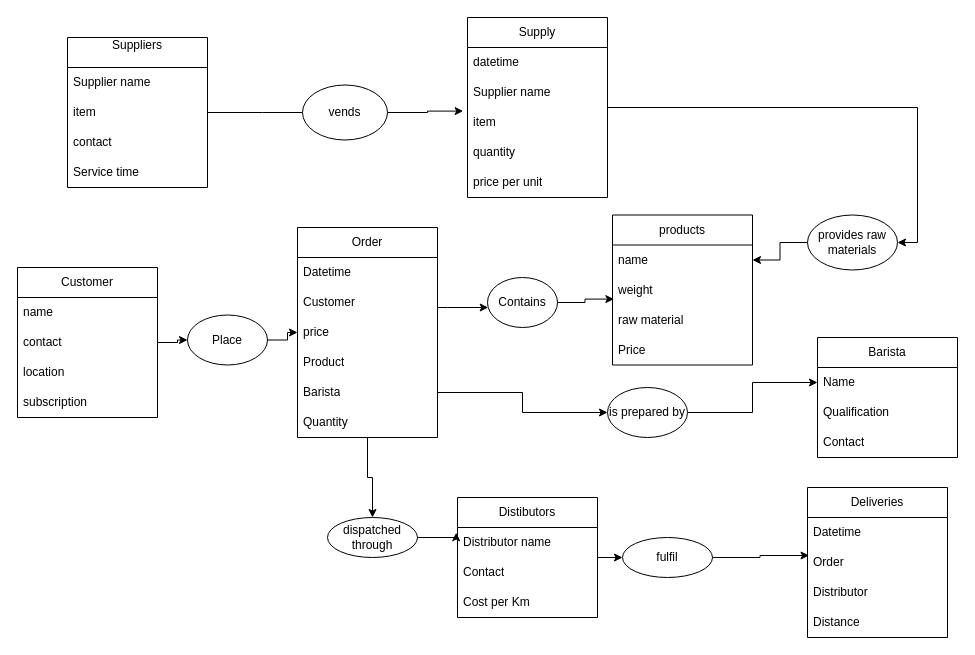
Above: Coffee shop conceptual model.drawio in Hasanaraji/data_modeling (draw.io), before the change. Source tidied: cells renumbered, new cells numbered last; positions are measured from the earlier drawing's top-left corner, leaving out a move shared by most shapes. Both pictures are drawn from the tidied source at 100%, with x=0, y=0 at pixel (17, 17).
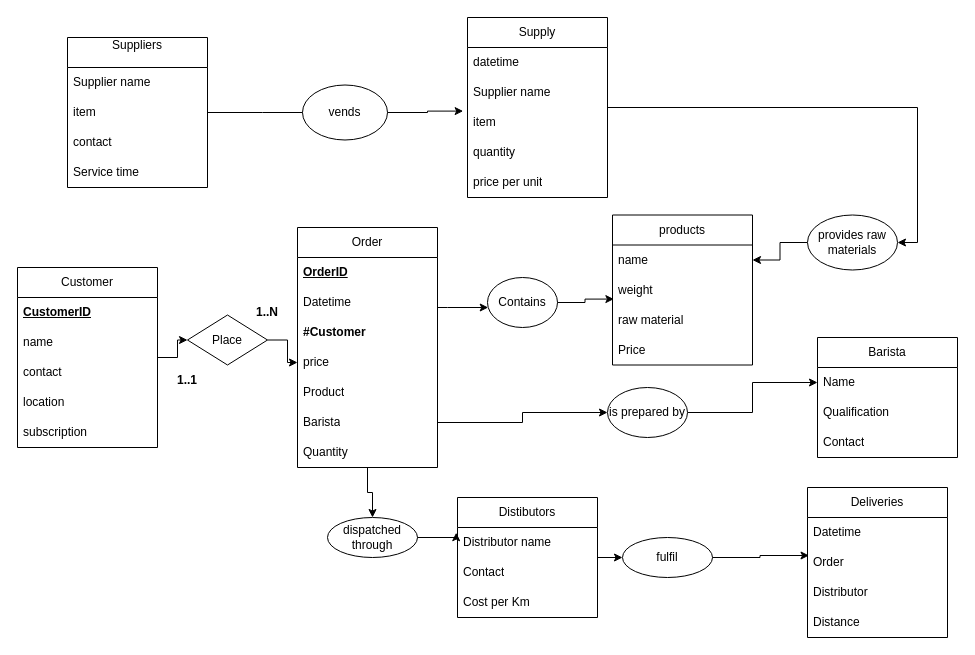
Above is the later version.

What changed in the source:
```diff
@@
     <mxCell id="3" value="Customer" style="swimlane;fontStyle=0;horizontal=1;startSize=30;whiteSpace=wrap;html=1;" parent="1" vertex="1">
-      <mxGeometry y="250" width="140" height="150" as="geometry" />
+      <mxGeometry y="250" width="140" height="180" as="geometry" />
     </mxCell>
+    <mxCell id="64" value="&lt;b&gt;&lt;u&gt;CustomerID&lt;/u&gt;&lt;/b&gt;" style="text;strokeColor=none;fillColor=none;align=left;verticalAlign=middle;spacingLeft=4;spacingRight=4;overflow=hidden;whiteSpace=wrap;html=1;" parent="3" vertex="1">
+      <mxGeometry y="30" width="140" height="30" as="geometry" />
+    </mxCell>
     <mxCell id="4" value="name" style="text;strokeColor=none;fillColor=none;align=left;verticalAlign=middle;spacingLeft=4;spacingRight=4;overflow=hidden;whiteSpace=wrap;html=1;" parent="3" vertex="1">
-      <mxGeometry y="30" width="140" height="30" as="geometry" />
+      <mxGeometry y="60" width="140" height="30" as="geometry" />
     </mxCell>
     <mxCell id="5" value="contact" style="text;strokeColor=none;fillColor=none;align=left;verticalAlign=middle;spacingLeft=4;spacingRight=4;overflow=hidden;whiteSpace=wrap;html=1;" parent="3" vertex="1">
-      <mxGeometry y="60" width="140" height="30" as="geometry" />
+      <mxGeometry y="90" width="140" height="30" as="geometry" />
     </mxCell>
     <mxCell id="6" value="location" style="text;strokeColor=none;fillColor=none;align=left;verticalAlign=middle;spacingLeft=4;spacingRight=4;overflow=hidden;whiteSpace=wrap;html=1;" parent="3" vertex="1">
-      <mxGeometry y="90" width="140" height="30" as="geometry" />
+      <mxGeometry y="120" width="140" height="30" as="geometry" />
     </mxCell>
     <mxCell id="7" value="subscription" style="text;strokeColor=none;fillColor=none;align=left;verticalAlign=middle;spacingLeft=4;spacingRight=4;overflow=hidden;whiteSpace=wrap;html=1;" parent="3" vertex="1">
-      <mxGeometry y="120" width="140" height="30" as="geometry" />
+      <mxGeometry y="150" width="140" height="30" as="geometry" />
     </mxCell>
@@
     <mxCell id="13" value="Order" style="swimlane;fontStyle=0;horizontal=1;startSize=30;whiteSpace=wrap;html=1;" parent="1" vertex="1">
-      <mxGeometry x="280" y="210" width="140" height="210" as="geometry" />
+      <mxGeometry x="280" y="210" width="140" height="240" as="geometry" />
     </mxCell>
+    <mxCell id="65" value="&lt;b&gt;&lt;u&gt;OrderID&lt;/u&gt;&lt;/b&gt;" style="text;strokeColor=none;fillColor=none;align=left;verticalAlign=middle;spacingLeft=4;spacingRight=4;overflow=hidden;whiteSpace=wrap;html=1;" parent="13" vertex="1">
+      <mxGeometry y="30" width="140" height="30" as="geometry" />
+    </mxCell>
     <mxCell id="14" value="Datetime" style="text;strokeColor=none;fillColor=none;align=left;verticalAlign=middle;spacingLeft=4;spacingRight=4;overflow=hidden;whiteSpace=wrap;html=1;" parent="13" vertex="1">
-      <mxGeometry y="30" width="140" height="30" as="geometry" />
+      <mxGeometry y="60" width="140" height="30" as="geometry" />
     </mxCell>
-    <mxCell id="15" value="Customer" style="text;strokeColor=none;fillColor=none;align=left;verticalAlign=middle;spacingLeft=4;spacingRight=4;overflow=hidden;whiteSpace=wrap;html=1;" parent="13" vertex="1">
-      <mxGeometry y="60" width="140" height="30" as="geometry" />
+    <mxCell id="15" value="&lt;b&gt;#Customer&lt;/b&gt;" style="text;strokeColor=none;fillColor=none;align=left;verticalAlign=middle;spacingLeft=4;spacingRight=4;overflow=hidden;whiteSpace=wrap;html=1;" parent="13" vertex="1">
+      <mxGeometry y="90" width="140" height="30" as="geometry" />
     </mxCell>
     <mxCell id="16" value="price" style="text;strokeColor=none;fillColor=none;align=left;verticalAlign=middle;spacingLeft=4;spacingRight=4;overflow=hidden;points=[[0,0.5],[1,0.5]];portConstraint=eastwest;whiteSpace=wrap;html=1;" parent="13" vertex="1">
-      <mxGeometry y="90" width="140" height="30" as="geometry" />
+      <mxGeometry y="120" width="140" height="30" as="geometry" />
     </mxCell>
     <mxCell id="17" value="Product" style="text;strokeColor=none;fillColor=none;align=left;verticalAlign=middle;spacingLeft=4;spacingRight=4;overflow=hidden;points=[[0,0.5],[1,0.5]];portConstraint=eastwest;whiteSpace=wrap;html=1;" parent="13" vertex="1">
-      <mxGeometry y="120" width="140" height="30" as="geometry" />
+      <mxGeometry y="150" width="140" height="30" as="geometry" />
     </mxCell>
     <mxCell id="18" value="Barista" style="text;strokeColor=none;fillColor=none;align=left;verticalAlign=middle;spacingLeft=4;spacingRight=4;overflow=hidden;points=[[0,0.5],[1,0.5]];portConstraint=eastwest;whiteSpace=wrap;html=1;" parent="13" vertex="1">
-      <mxGeometry y="150" width="140" height="30" as="geometry" />
+      <mxGeometry y="180" width="140" height="30" as="geometry" />
     </mxCell>
     <mxCell id="19" value="Quantity" style="text;strokeColor=none;fillColor=none;align=left;verticalAlign=middle;spacingLeft=4;spacingRight=4;overflow=hidden;whiteSpace=wrap;html=1;" parent="13" vertex="1">
-      <mxGeometry y="180" width="140" height="30" as="geometry" />
+      <mxGeometry y="210" width="140" height="30" as="geometry" />
     </mxCell>
@@
-    <mxCell id="52" value="Place" style="ellipse;whiteSpace=wrap;html=1;" parent="1" vertex="1">
+    <mxCell id="52" value="Place" style="rhombus;whiteSpace=wrap;html=1;" parent="1" vertex="1">
       <mxGeometry x="170" y="297.5" width="80" height="50" as="geometry" />
     </mxCell>
@@
+    <mxCell id="66" value="&lt;b&gt;1..1&lt;/b&gt;" style="text;html=1;align=center;verticalAlign=middle;whiteSpace=wrap;rounded=0;" parent="1" vertex="1">
+      <mxGeometry x="140" y="347.5" width="60" height="30" as="geometry" />
+    </mxCell>
+    <mxCell id="67" value="&lt;b&gt;1..N&lt;/b&gt;" style="text;html=1;align=center;verticalAlign=middle;whiteSpace=wrap;rounded=0;" parent="1" vertex="1">
+      <mxGeometry x="220" y="280" width="60" height="30" as="geometry" />
+    </mxCell>
```
